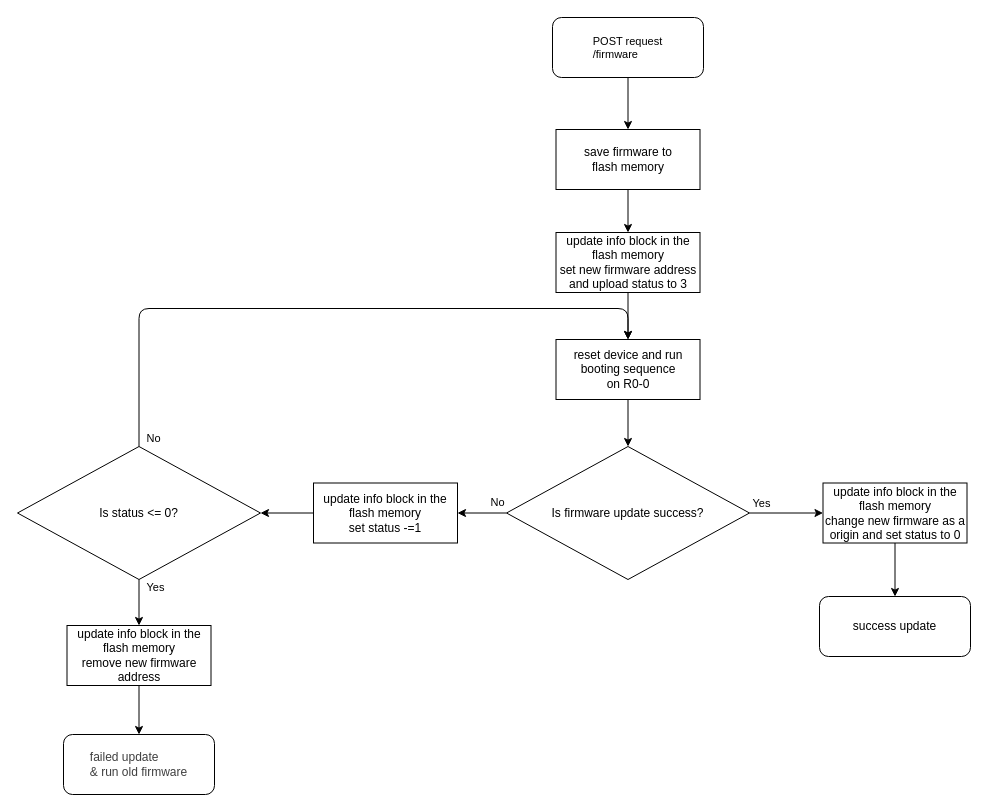
The draw.io diagram schematic/05-sw-flow-fimware-update.drawio in petrkucerak/diplom-thesis, before the edit. Source tidied: cells renumbered, new cells numbered last; positions are measured from the earlier drawing's top-left corner, leaving out a move shared by most shapes. Both pictures are drawn from the tidied source at 100%, with x=0, y=0 at pixel (17, 17).
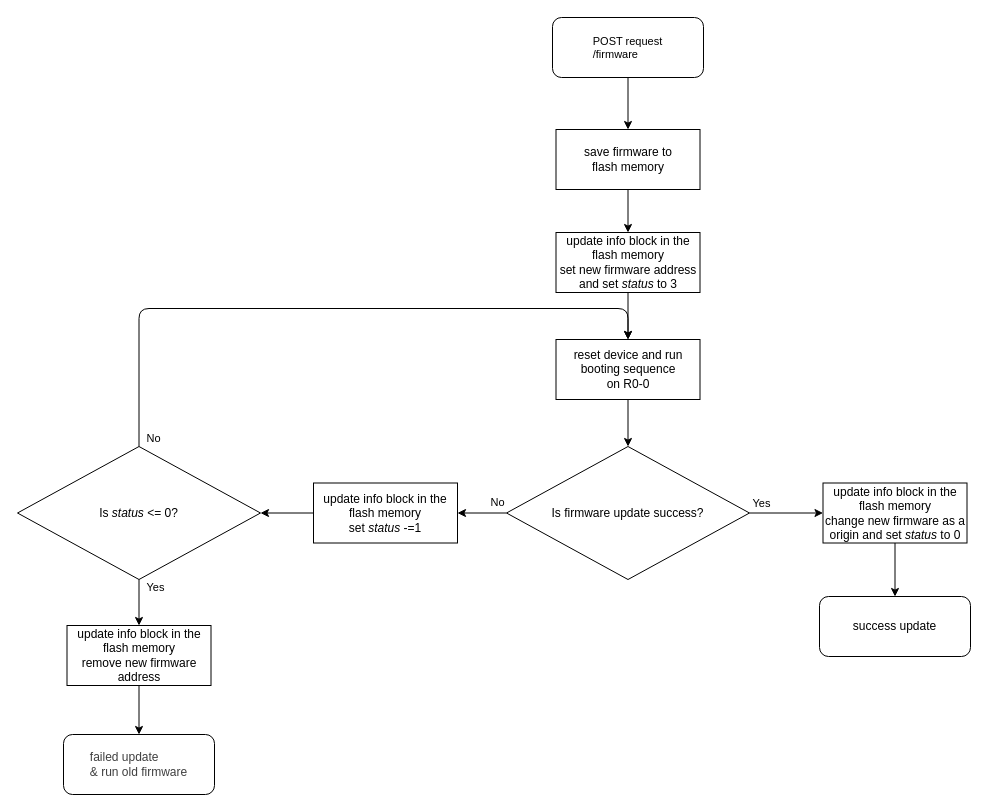
The same page after the edit.

Change to the diagram source:
```diff
@@
-    <mxCell id="7" value="update info block in the flash memory&lt;div&gt;set new firmware address and upload status to 3&lt;/div&gt;" style="rounded=0;whiteSpace=wrap;html=1;flipV=0;" parent="1" vertex="1">
+    <mxCell id="7" value="update info block in the flash memory&lt;div&gt;set new firmware address and set&amp;nbsp;&lt;i&gt;status &lt;/i&gt;to 3&lt;/div&gt;" style="rounded=0;whiteSpace=wrap;html=1;flipV=0;" parent="1" vertex="1">
       <mxGeometry x="538.5" y="215" width="144" height="60" as="geometry" />
     </mxCell>
@@
-    <mxCell id="16" value="update info block in the flash memory&lt;div&gt;change new firmware as a origin and set status to 0&lt;/div&gt;" style="rounded=0;whiteSpace=wrap;html=1;" parent="1" vertex="1">
+    <mxCell id="16" value="update info block in the flash memory&lt;div&gt;change new firmware as a origin and set &lt;i&gt;status &lt;/i&gt;to 0&lt;/div&gt;" style="rounded=0;whiteSpace=wrap;html=1;" parent="1" vertex="1">
       <mxGeometry x="805.5" y="465.5" width="144" height="60" as="geometry" />
     </mxCell>
@@
-    <mxCell id="18" value="update info block in the flash memory&lt;div&gt;set status -=1&lt;/div&gt;" style="rounded=0;whiteSpace=wrap;html=1;" parent="1" vertex="1">
+    <mxCell id="18" value="update info block in the flash memory&lt;div&gt;set &lt;i&gt;status &lt;/i&gt;-=1&lt;/div&gt;" style="rounded=0;whiteSpace=wrap;html=1;" parent="1" vertex="1">
       <mxGeometry x="296" y="465.5" width="144" height="60" as="geometry" />
     </mxCell>
@@
-    <mxCell id="23" value="Is status &amp;lt;= 0?" style="rhombus;whiteSpace=wrap;html=1;" parent="1" vertex="1">
+    <mxCell id="23" value="Is &lt;i&gt;status &lt;/i&gt;&amp;lt;= 0?" style="rhombus;whiteSpace=wrap;html=1;" parent="1" vertex="1">
       <mxGeometry y="429" width="243" height="133" as="geometry" />
     </mxCell>
```
